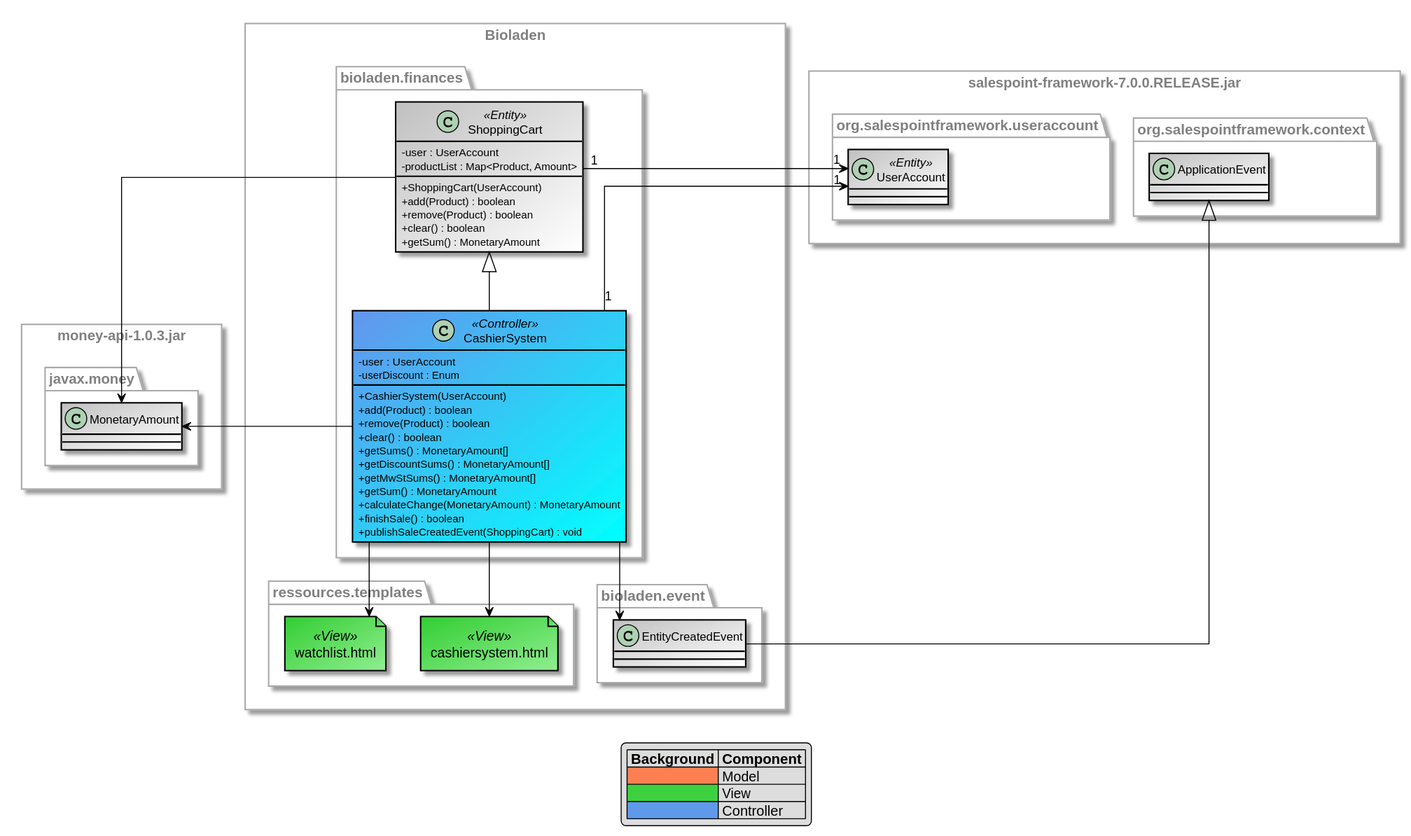
The PlantUML diagram src/main/asciidoc/models/design/DesignFinancesDepartment.svg in LimitlessGreen/swt18w43, before a commit.
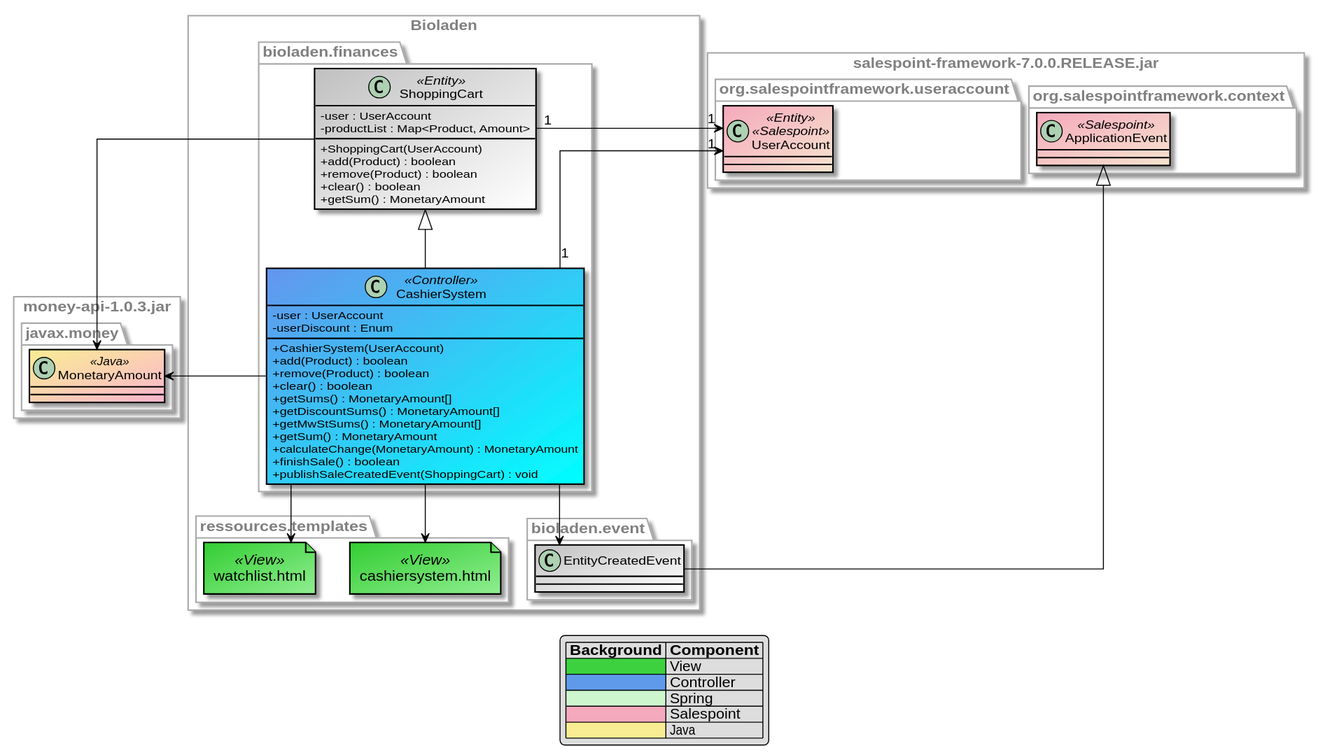
The same file after the commit.

Commit message:
[Design] updated renderings

Diff of the diagram source:
```diff
@@ -5,7 +5,9 @@
 
 skinparam class {
 	BackgroundColor #Silver/white
-	BackgroundColor<<Repository>> #Coral/Lightsalmon
+	BackgroundColor<<Spring>> #a9f5e1/cef6ce
+	BackgroundColor<<Salespoint>> #f5a9bc/f6e3ce
+	BackgroundColor<<Java>> #f9ed93/fbb4ce
 	BackgroundColor<<Controller>> #Cornflowerblue/Cyan
     BorderColor Black
     ArrowColor  Black
@@ -21,9 +23,11 @@
 
 legend
 | Background | Component |
-|<#fe8052>     | Model |
 |<#3dd13f>     | View |
 |<#5f9aea>     | Controller |
+|<#cef6ce>     | Spring |
+|<#f5a9bc>     | Salespoint |
+|<#f9ed93>     | Java |
 endlegend
 
 
@@ -88,7 +92,7 @@
 
 rectangle money-api-1.0.3.jar {
     namespace javax.money {
-        class MonetaryAmount{
+        class MonetaryAmount <<Java>>{
 
         }
         bioladen.finances.CashierSystem -right-> MonetaryAmount
@@ -101,7 +105,7 @@
 
     namespace org.salespointframework.useraccount {
 
-        class UserAccount <<Entity>>{
+        class UserAccount <<Entity>> <<Salespoint>>{
 
         }
 
@@ -110,7 +114,7 @@
     }
 
     namespace org.salespointframework.context {
-        class ApplicationEvent {
+        class ApplicationEvent <<Salespoint>>{
 
         }
 
```
